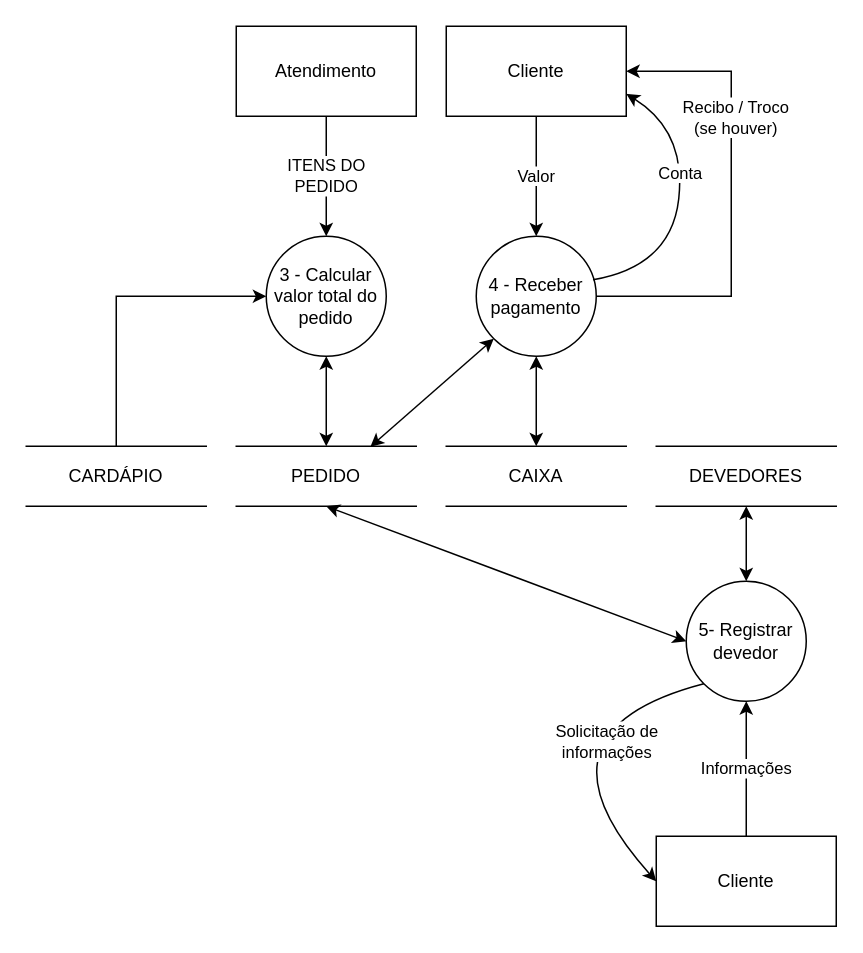
Before: docs/ARTEFATOS(15-23)/RECEBER_PAGAMENTO/DFD_RECEBER_PAGAMENTO.drawio in Darienzo08/ope_ads, a draw.io diagram. Source tidied: cells renumbered, new cells numbered last; positions are measured from the earlier drawing's top-left corner, leaving out a move shared by most shapes. Both pictures are drawn from the tidied source at 150%, with x=0, y=0 at pixel (26, 26).
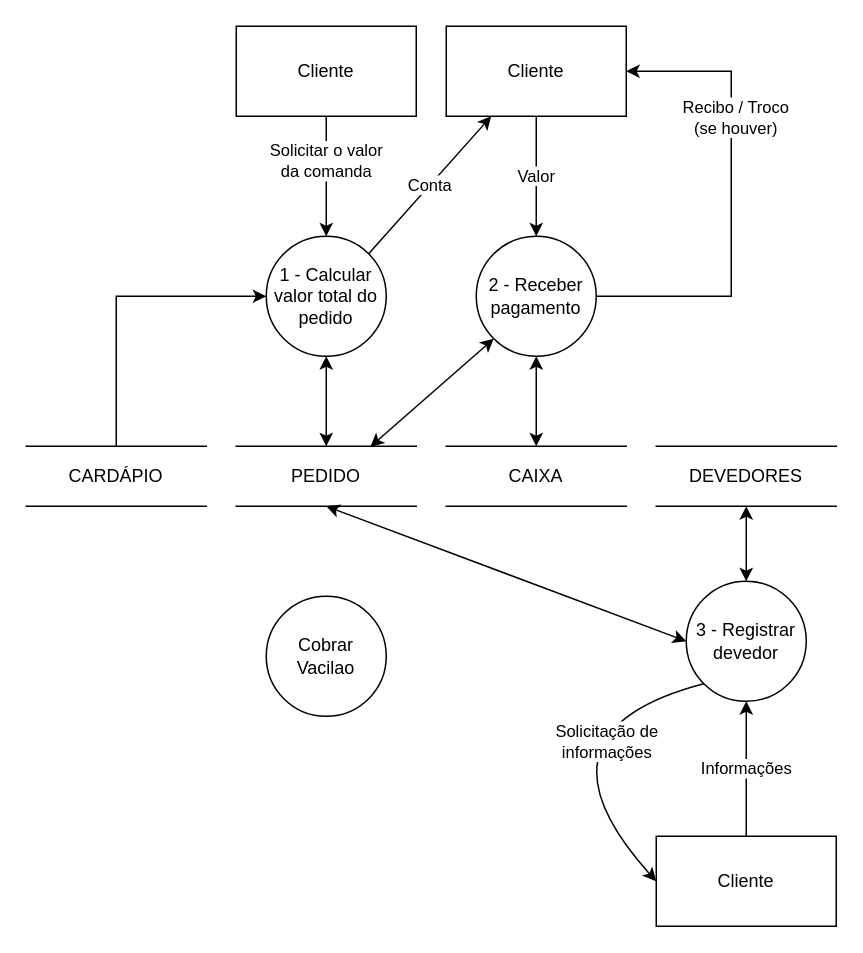
The same diagram, later.

Unchanged cells that the change refers to:
```xml
<mxCell id="16" value="Cliente" style="rounded=0;whiteSpace=wrap;html=1;" parent="1" vertex="1">
  <mxGeometry x="280" width="120" height="60" as="geometry" />
</mxCell>
```

What changed in the source:
```diff
@@
-    <mxCell id="4" value="3 - Calcular valor total do pedido" style="ellipse;whiteSpace=wrap;html=1;" parent="1" vertex="1">
+    <mxCell id="4" value="1 - Calcular valor total do pedido" style="ellipse;whiteSpace=wrap;html=1;" parent="1" vertex="1">
       <mxGeometry x="160" y="140" width="80" height="80" as="geometry" />
     </mxCell>
-    <mxCell id="5" value="Atendimento" style="rounded=0;whiteSpace=wrap;html=1;spacing=0;" parent="1" vertex="1">
+    <mxCell id="5" value="Cliente" style="rounded=0;whiteSpace=wrap;html=1;spacing=0;" parent="1" vertex="1">
       <mxGeometry x="140" width="120" height="60" as="geometry" />
     </mxCell>
-    <mxCell id="6" value="ITENS DO&lt;br&gt;PEDIDO" style="endArrow=classic;html=1;exitX=0.5;exitY=1;exitDx=0;exitDy=0;entryX=0.5;entryY=0;entryDx=0;entryDy=0;" parent="1" edge="1" source="5" target="4">
-      <mxGeometry relative="1" as="geometry" />
+    <mxCell id="6" value="Solicitar o valor&lt;br&gt;da comanda" style="endArrow=classic;html=1;exitX=0.5;exitY=1;exitDx=0;exitDy=0;entryX=0.5;entryY=0;entryDx=0;entryDy=0;" parent="1" edge="1" source="5" target="4">
+      <mxGeometry x="-0.25" relative="1" as="geometry" />
     </mxCell>
@@
-    <mxCell id="9" value="&lt;div&gt;5- Registrar devedor&lt;/div&gt;" style="ellipse;whiteSpace=wrap;html=1;" parent="1" vertex="1">
+    <mxCell id="9" value="&lt;div&gt;3 - Registrar devedor&lt;/div&gt;" style="ellipse;whiteSpace=wrap;html=1;" parent="1" vertex="1">
       <mxGeometry x="440" y="370" width="80" height="80" as="geometry" />
     </mxCell>
@@
-    <mxCell id="19" value="&lt;div&gt;4 - Receber&lt;/div&gt;&lt;div&gt;pagamento&lt;br&gt;&lt;/div&gt;" style="ellipse;whiteSpace=wrap;html=1;" parent="1" vertex="1">
+    <mxCell id="19" value="&lt;div&gt;2 - Receber&lt;/div&gt;&lt;div&gt;pagamento&lt;br&gt;&lt;/div&gt;" style="ellipse;whiteSpace=wrap;html=1;" parent="1" vertex="1">
       <mxGeometry x="300" y="140" width="80" height="80" as="geometry" />
     </mxCell>
@@
-    <mxCell id="21" style="curved=1;endArrow=classic;html=1;exitX=0.973;exitY=0.363;exitDx=0;exitDy=0;entryX=1;entryY=0.75;entryDx=0;entryDy=0;exitPerimeter=0;" parent="1" edge="1" source="19" target="16">
-      <mxGeometry relative="1" as="geometry">
-        <Array as="points">
-          <mxPoint x="430" y="160" />
-          <mxPoint x="440" y="70" />
-        </Array>
-      </mxGeometry>
-    </mxCell>
-    <mxCell id="22" value="Conta" style="edgeLabel;html=1;align=center;verticalAlign=middle;" parent="21" vertex="1">
-      <mxGeometry x="0.22" y="1" relative="1" as="geometry" />
-    </mxCell>
@@
+    <mxCell id="22" value="Conta" style="endArrow=classic;html=1;exitX=1;exitY=0;exitDx=0;exitDy=0;entryX=0.25;entryY=1;entryDx=0;entryDy=0;" parent="1" edge="1" source="4" target="16">
+      <mxGeometry relative="1" as="geometry" />
+    </mxCell>
+    <mxCell id="27" value="&lt;div&gt;Cobrar Vacilao&lt;/div&gt;" style="ellipse;whiteSpace=wrap;html=1;" parent="1" vertex="1">
+      <mxGeometry x="160" y="380" width="80" height="80" as="geometry" />
+    </mxCell>
```
